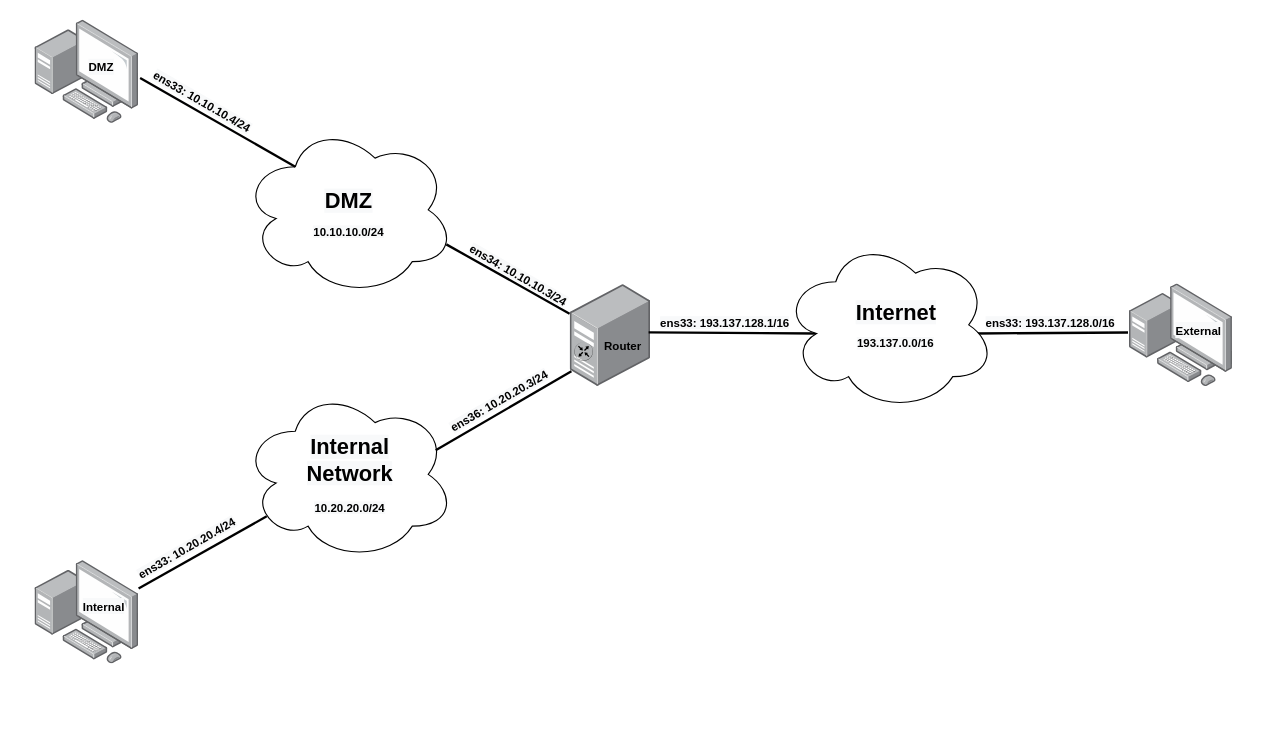
Before: TP2/docs/network-diagram.drawio in pedromig/STI-Project, a draw.io diagram. Source tidied: cells renumbered, new cells numbered last; positions are measured from the earlier drawing's top-left corner, leaving out a move shared by most shapes. Both pictures are drawn from the tidied source at 115%, with x=0, y=0 at pixel (34, 20).
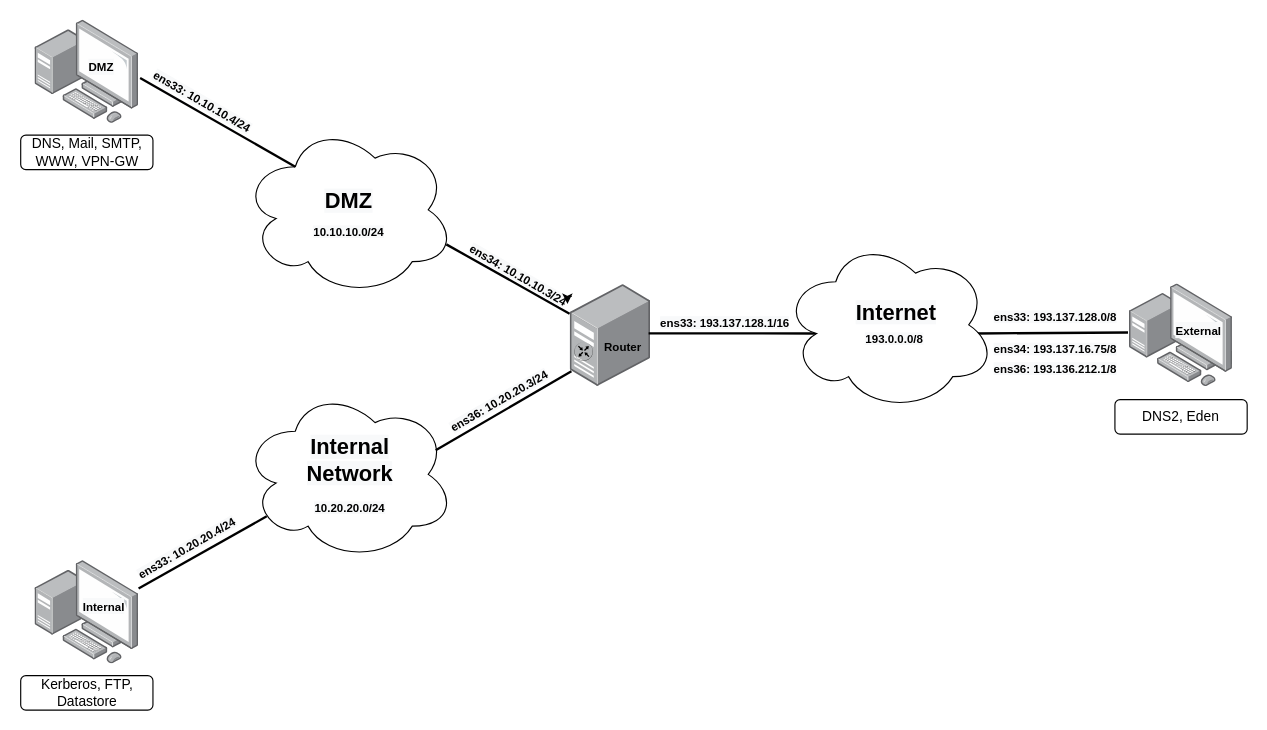
Above is the later version.

Unchanged cells that the change refers to:
```xml
<mxCell id="22" value="&lt;b style=&quot;color: rgb(0 , 0 , 0) ; font-family: &amp;#34;helvetica&amp;#34; ; font-size: x-small ; font-style: normal ; letter-spacing: normal ; text-align: center ; text-indent: 0px ; text-transform: none ; word-spacing: 0px ; background-color: rgb(248 , 249 , 250)&quot;&gt;ens34: 10.10.10.3/24&lt;/b&gt;" style="text;whiteSpace=wrap;html=1;rotation=30;" parent="1" vertex="1">
  <mxGeometry x="370.9" y="207.1" width="98.6" height="30" as="geometry" />
</mxCell>
<mxCell id="29" style="group;" parent="1" vertex="1">
  <mxGeometry x="650" y="190" width="185" height="150" as="geometry" />
</mxCell>
```

Change to the diagram source:
```diff
@@
     <mxCell id="13" value="&lt;b style=&quot;color: rgb(0 , 0 , 0) ; font-family: &amp;#34;helvetica&amp;#34; ; font-size: 12px ; font-style: normal ; letter-spacing: normal ; text-indent: 0px ; text-transform: none ; word-spacing: 0px&quot;&gt;&lt;font style=&quot;font-size: 10px&quot;&gt;&amp;nbsp;Router&lt;/font&gt;&lt;/b&gt;" style="text;whiteSpace=wrap;html=1;align=center;" parent="1" vertex="1">
-      <mxGeometry x="490" y="269" width="40" height="20" as="geometry" />
+      <mxGeometry x="490" y="270" width="40" height="19" as="geometry" />
     </mxCell>
@@
-    <mxCell id="18" value="&lt;b style=&quot;color: rgb(0 , 0 , 0) ; font-family: &amp;#34;helvetica&amp;#34; ; font-size: x-small ; font-style: normal ; letter-spacing: normal ; text-align: center ; text-indent: 0px ; text-transform: none ; word-spacing: 0px ; background-color: rgb(248 , 249 , 250)&quot;&gt;ens33: 193.137.128.0/16&lt;/b&gt;" style="text;whiteSpace=wrap;html=1;" parent="1" vertex="1">
-      <mxGeometry x="825" y="249" width="116" height="24" as="geometry" />
+    <mxCell id="18" value="&lt;b style=&quot;color: rgb(0 , 0 , 0) ; font-family: &amp;#34;helvetica&amp;#34; ; font-size: x-small ; font-style: normal ; letter-spacing: normal ; text-align: center ; text-indent: 0px ; text-transform: none ; word-spacing: 0px ; background-color: rgb(248 , 249 , 250)&quot;&gt;ens36: 193.136.212.1/8&lt;/b&gt;" style="text;whiteSpace=wrap;html=1;" parent="1" vertex="1">
+      <mxGeometry x="832" y="289" width="116" height="24" as="geometry" />
     </mxCell>
@@
-    <mxCell id="32" value="&lt;b style=&quot;color: rgb(0 , 0 , 0) ; font-family: &amp;#34;helvetica&amp;#34; ; font-size: x-small ; font-style: normal ; letter-spacing: normal ; text-indent: 0px ; text-transform: none ; word-spacing: 0px ; background-color: rgb(248 , 249 , 250)&quot;&gt;193.137.0.0/16&lt;/b&gt;" style="text;whiteSpace=wrap;html=1;align=center;" parent="29" vertex="1">
-      <mxGeometry x="59.1" y="76.5" width="78.8" height="25" as="geometry" />
+    <mxCell id="32" value="&lt;b style=&quot;color: rgb(0 , 0 , 0) ; font-family: &amp;#34;helvetica&amp;#34; ; font-size: x-small ; font-style: normal ; letter-spacing: normal ; text-indent: 0px ; text-transform: none ; word-spacing: 0px ; background-color: rgb(248 , 249 , 250)&quot;&gt;193.0.0.0/8&lt;/b&gt;" style="text;whiteSpace=wrap;html=1;align=center;" parent="29" vertex="1">
+      <mxGeometry x="58.1" y="73" width="78.8" height="25" as="geometry" />
     </mxCell>
@@
+    <mxCell id="34" value="&lt;b style=&quot;color: rgb(0 , 0 , 0) ; font-family: &amp;#34;helvetica&amp;#34; ; font-size: x-small ; font-style: normal ; letter-spacing: normal ; text-align: center ; text-indent: 0px ; text-transform: none ; word-spacing: 0px ; background-color: rgb(248 , 249 , 250)&quot;&gt;ens34: 193.137.16.75/8&lt;/b&gt;" style="text;whiteSpace=wrap;html=1;" parent="1" vertex="1">
+      <mxGeometry x="832" y="272.1" width="116" height="24" as="geometry" />
+    </mxCell>
+    <mxCell id="35" value="&lt;b style=&quot;color: rgb(0 , 0 , 0) ; font-family: &amp;#34;helvetica&amp;#34; ; font-size: x-small ; font-style: normal ; letter-spacing: normal ; text-align: center ; text-indent: 0px ; text-transform: none ; word-spacing: 0px ; background-color: rgb(248 , 249 , 250)&quot;&gt;ens33: 193.137.128.0/8&lt;/b&gt;" style="text;whiteSpace=wrap;html=1;" parent="1" vertex="1">
+      <mxGeometry x="832" y="244" width="120" height="25" as="geometry" />
+    </mxCell>
+    <mxCell id="36" value="Kerberos, FTP, Datastore" style="rounded=1;whiteSpace=wrap;html=1;fillColor=none;" parent="1" vertex="1">
+      <mxGeometry x="-12.5" y="570" width="115" height="30" as="geometry" />
+    </mxCell>
+    <mxCell id="37" value="DNS, Mail, SMTP, WWW, VPN-GW" style="rounded=1;whiteSpace=wrap;html=1;fillColor=none;" parent="1" vertex="1">
+      <mxGeometry x="-12.5" y="100" width="115" height="30" as="geometry" />
+    </mxCell>
+    <mxCell id="38" value="DNS2, Eden" style="rounded=1;whiteSpace=wrap;html=1;fillColor=none;" parent="1" vertex="1">
+      <mxGeometry x="939" y="330" width="115" height="30" as="geometry" />
+    </mxCell>
+    <mxCell id="39" style="edgeStyle=orthogonalEdgeStyle;rounded=0;orthogonalLoop=1;jettySize=auto;html=1;exitX=1;exitY=0.25;exitDx=0;exitDy=0;entryX=1;entryY=0.5;entryDx=0;entryDy=0;" parent="1" edge="1" source="22" target="22">
+      <mxGeometry relative="1" as="geometry" />
+    </mxCell>
```
